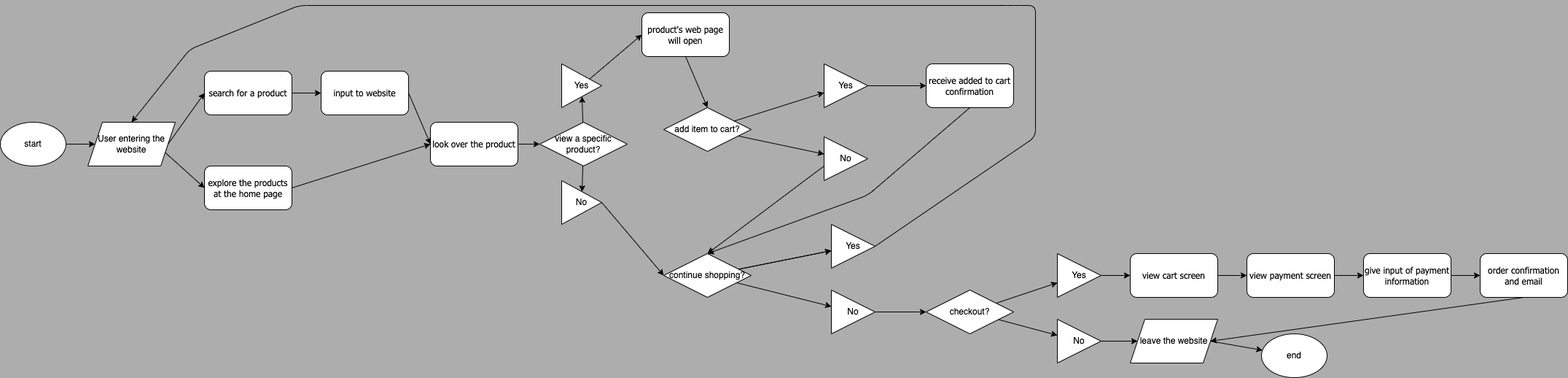
The draw.io diagram explore/diagramming/diagram.drawio.png in joyceweng/fa22-cse110-lab4, before a commit. Source tidied: cells renumbered, new cells last; positions are measured from the earlier drawing's top-left corner, leaving out a move shared by most shapes.
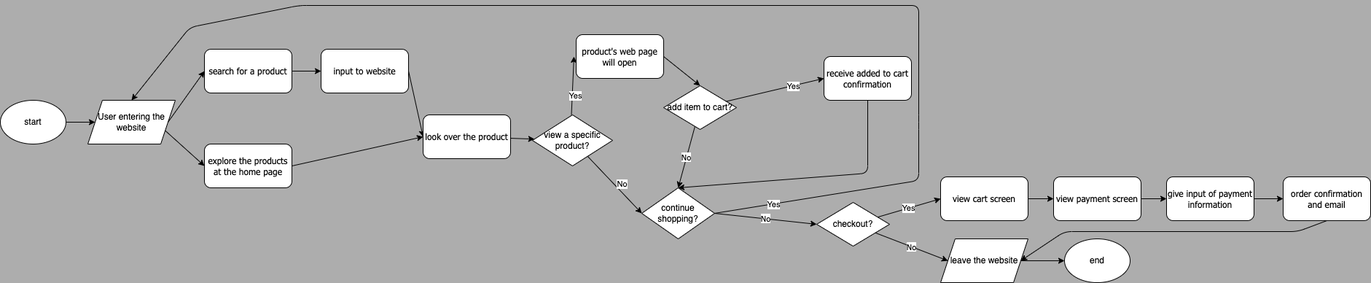
The same file after the commit.

Diff of the diagram source:
```diff
@@ -23,69 +23,60 @@
     <mxCell id="8" style="endArrow=classic;html=1;fontFamily=Tahoma;exitX=1;exitY=0.5;exitDx=0;exitDy=0;entryX=0;entryY=0.5;entryDx=0;entryDy=0;" parent="1" edge="1" source="4" target="7">
       <mxGeometry relative="1" as="geometry" />
     </mxCell>
-    <mxCell id="9" style="curved=1;endArrow=classic;html=1;fontFamily=Tahoma;exitX=1;exitY=0.5;exitDx=0;exitDy=0;" parent="1" edge="1" source="7">
-      <mxGeometry relative="1" as="geometry">
-        <mxPoint x="590" y="190" as="targetPoint" />
-      </mxGeometry>
+    <mxCell id="9" style="curved=1;endArrow=classic;html=1;fontFamily=Tahoma;exitX=1;exitY=0.5;exitDx=0;exitDy=0;entryX=0;entryY=0.5;entryDx=0;entryDy=0;" parent="1" edge="1" source="7" target="12">
+      <mxGeometry relative="1" as="geometry" />
     </mxCell>
-    <mxCell id="10" style="endArrow=classic;html=1;fontFamily=Tahoma;exitX=1;exitY=0.5;exitDx=0;exitDy=0;" parent="1" edge="1" source="5">
-      <mxGeometry relative="1" as="geometry">
-        <mxPoint x="590" y="190" as="targetPoint" />
-      </mxGeometry>
+    <mxCell id="10" style="endArrow=classic;html=1;fontFamily=Tahoma;exitX=1;exitY=0.5;exitDx=0;exitDy=0;entryX=0;entryY=0.5;entryDx=0;entryDy=0;" parent="1" edge="1" source="5" target="12">
+      <mxGeometry relative="1" as="geometry" />
     </mxCell>
     <mxCell id="11" style="edgeStyle=none;html=1;fontFamily=Tahoma;" parent="1" edge="1" source="12" target="15">
       <mxGeometry relative="1" as="geometry" />
     </mxCell>
     <mxCell id="12" value="look over the product" style="rounded=1;whiteSpace=wrap;html=1;fontFamily=Tahoma;" parent="1" vertex="1">
-      <mxGeometry x="590" y="160" width="120" height="60" as="geometry" />
+      <mxGeometry x="580" y="180" width="120" height="60" as="geometry" />
     </mxCell>
-    <mxCell id="13" style="edgeStyle=none;html=1;fontFamily=Tahoma;" parent="1" edge="1" source="15" target="18">
-      <mxGeometry relative="1" as="geometry" />
+    <mxCell id="13" style="edgeStyle=none;html=1;fontFamily=Tahoma;strokeColor=default;labelBackgroundColor=default;fontColor=default;" parent="1" edge="1">
+      <mxGeometry relative="1" as="geometry">
+        <mxPoint x="783.5" y="180" as="sourcePoint" />
+        <mxPoint x="787" y="100" as="targetPoint" />
+      </mxGeometry>
     </mxCell>
+    <mxCell id="59" value="Yes" style="edgeLabel;html=1;align=center;verticalAlign=middle;" parent="13" vertex="1">
+      <mxGeometry x="0.09" y="-3" relative="1" as="geometry">
+        <mxPoint y="16" as="offset" />
+      </mxGeometry>
+    </mxCell>
-    <mxCell id="14" style="edgeStyle=none;html=1;fontFamily=Tahoma;" parent="1" edge="1" source="15" target="20">
+    <mxCell id="14" style="edgeStyle=none;html=1;fontFamily=Tahoma;entryX=0;entryY=0.5;entryDx=0;entryDy=0;" parent="1" edge="1" source="15" target="24">
       <mxGeometry relative="1" as="geometry" />
     </mxCell>
+    <mxCell id="60" value="No" style="edgeLabel;html=1;align=center;verticalAlign=middle;fontColor=default;" parent="14" vertex="1">
+      <mxGeometry x="-0.02" y="1" relative="1" as="geometry">
+        <mxPoint x="10" as="offset" />
+      </mxGeometry>
+    </mxCell>
     <mxCell id="15" value="view a specific product?" style="rhombus;whiteSpace=wrap;html=1;" parent="1" vertex="1">
-      <mxGeometry x="740" y="160" width="120" height="60" as="geometry" />
+      <mxGeometry x="730" y="180" width="110" height="70" as="geometry" />
     </mxCell>
-    <mxCell id="16" style="edgeStyle=none;html=1;fontFamily=Tahoma;exitX=0.5;exitY=1;exitDx=0;exitDy=0;entryX=0.5;entryY=0;entryDx=0;entryDy=0;" parent="1" edge="1" source="34" target="28">
+    <mxCell id="16" style="edgeStyle=none;html=1;fontFamily=Tahoma;exitX=1;exitY=0.5;exitDx=0;exitDy=0;entryX=0.5;entryY=0;entryDx=0;entryDy=0;" parent="1" edge="1" source="34" target="28">
       <mxGeometry relative="1" as="geometry" />
     </mxCell>
-    <mxCell id="17" style="edgeStyle=none;html=1;fontFamily=Tahoma;entryX=0;entryY=0.5;entryDx=0;entryDy=0;" parent="1" edge="1" source="18" target="34">
-      <mxGeometry relative="1" as="geometry" />
-    </mxCell>
-    <mxCell id="18" value="Yes" style="triangle;whiteSpace=wrap;html=1;" parent="1" vertex="1">
-      <mxGeometry x="770" y="80" width="55" height="60" as="geometry" />
-    </mxCell>
-    <mxCell id="19" style="edgeStyle=none;html=1;exitX=1;exitY=0.5;exitDx=0;exitDy=0;fontFamily=Tahoma;entryX=0;entryY=0.5;entryDx=0;entryDy=0;" parent="1" edge="1" source="20" target="24">
-      <mxGeometry relative="1" as="geometry" />
-    </mxCell>
-    <mxCell id="20" value="No" style="triangle;whiteSpace=wrap;html=1;" parent="1" vertex="1">
-      <mxGeometry x="770" y="240" width="55" height="60" as="geometry" />
-    </mxCell>
-    <mxCell id="21" style="edgeStyle=none;html=1;fontFamily=Tahoma;" parent="1" edge="1" source="24" target="35">
-      <mxGeometry relative="1" as="geometry" />
-    </mxCell>
-    <mxCell id="22" style="edgeStyle=none;html=1;fontFamily=Tahoma;" parent="1" edge="1" source="24" target="35">
-      <mxGeometry relative="1" as="geometry" />
-    </mxCell>
-    <mxCell id="23" style="edgeStyle=none;html=1;fontFamily=Tahoma;exitX=1;exitY=0.75;exitDx=0;exitDy=0;" parent="1" edge="1" source="24" target="37">
+    <mxCell id="23" value="No" style="edgeStyle=none;html=1;fontFamily=Tahoma;exitX=1;exitY=0.5;exitDx=0;exitDy=0;entryX=0;entryY=0.5;entryDx=0;entryDy=0;" parent="1" edge="1" source="24" target="40">
       <mxGeometry relative="1" as="geometry" />
     </mxCell>
     <mxCell id="24" value="continue shopping?" style="rhombus;whiteSpace=wrap;html=1;" parent="1" vertex="1">
-      <mxGeometry x="910" y="340" width="120" height="60" as="geometry" />
+      <mxGeometry x="880" y="280" width="100" height="70" as="geometry" />
     </mxCell>
-    <mxCell id="25" style="edgeStyle=none;html=1;fontFamily=Tahoma;exitX=1;exitY=0.5;exitDx=0;exitDy=0;entryX=0;entryY=0.5;entryDx=0;entryDy=0;labelBackgroundColor=default;" parent="1" edge="1" source="31" target="30">
-      <mxGeometry relative="1" as="geometry" />
-    </mxCell>
-    <mxCell id="26" style="edgeStyle=none;html=1;fontFamily=Tahoma;" parent="1" edge="1" source="28" target="31">
+    <mxCell id="26" style="edgeStyle=none;html=1;fontFamily=Tahoma;entryX=0;entryY=0.5;entryDx=0;entryDy=0;" parent="1" edge="1" source="28" target="30">
       <mxGeometry relative="1" as="geometry" />
     </mxCell>
+    <mxCell id="61" value="Yes" style="edgeLabel;html=1;align=center;verticalAlign=middle;fontColor=default;" parent="26" vertex="1">
+      <mxGeometry x="0.36" y="-1" relative="1" as="geometry" />
+    </mxCell>
-    <mxCell id="27" style="edgeStyle=none;html=1;fontFamily=Tahoma;" parent="1" edge="1" source="28" target="33">
+    <mxCell id="27" value="No" style="edgeStyle=none;html=1;fontFamily=Tahoma;entryX=0.5;entryY=0;entryDx=0;entryDy=0;" parent="1" edge="1" source="28" target="24">
       <mxGeometry relative="1" as="geometry" />
     </mxCell>
     <mxCell id="28" value="add item to cart?" style="rhombus;whiteSpace=wrap;html=1;" parent="1" vertex="1">
-      <mxGeometry x="910" y="140" width="120" height="60" as="geometry" />
+      <mxGeometry x="910" y="140" width="100" height="60" as="geometry" />
     </mxCell>
     <mxCell id="29" style="edgeStyle=none;html=1;exitX=0.5;exitY=1;exitDx=0;exitDy=0;entryX=0.5;entryY=0;entryDx=0;entryDy=0;fontFamily=Tahoma;" parent="1" edge="1" source="30" target="24">
       <mxGeometry relative="1" as="geometry">
@@ -95,95 +86,74 @@
       </mxGeometry>
     </mxCell>
     <mxCell id="30" value="receive added to cart confirmation" style="whiteSpace=wrap;html=1;fontFamily=Tahoma;rounded=1;" parent="1" vertex="1">
-      <mxGeometry x="1270" y="80" width="120" height="60" as="geometry" />
+      <mxGeometry x="1130" y="100" width="120" height="60" as="geometry" />
     </mxCell>
-    <mxCell id="31" value="Yes" style="triangle;whiteSpace=wrap;html=1;" parent="1" vertex="1">
-      <mxGeometry x="1130" y="80" width="60" height="60" as="geometry" />
-    </mxCell>
-    <mxCell id="32" style="edgeStyle=none;html=1;fontFamily=Tahoma;entryX=0.5;entryY=0;entryDx=0;entryDy=0;" parent="1" edge="1" source="33" target="24">
-      <mxGeometry relative="1" as="geometry">
-        <Array as="points">
-          <mxPoint x="1130" y="220" />
-        </Array>
-      </mxGeometry>
-    </mxCell>
-    <mxCell id="33" value="No" style="triangle;whiteSpace=wrap;html=1;" parent="1" vertex="1">
-      <mxGeometry x="1130" y="180" width="60" height="60" as="geometry" />
-    </mxCell>
     <mxCell id="34" value="product's web page will open" style="whiteSpace=wrap;html=1;fontFamily=Tahoma;rounded=1;" parent="1" vertex="1">
-      <mxGeometry x="880" y="10" width="120" height="60" as="geometry" />
+      <mxGeometry x="790" y="70" width="120" height="60" as="geometry" />
     </mxCell>
-    <mxCell id="35" value="Yes" style="triangle;whiteSpace=wrap;html=1;" parent="1" vertex="1">
-      <mxGeometry x="1140" y="300" width="60" height="60" as="geometry" />
-    </mxCell>
-    <mxCell id="36" style="edgeStyle=none;html=1;fontFamily=Tahoma;" parent="1" edge="1" source="37" target="40">
-      <mxGeometry relative="1" as="geometry" />
-    </mxCell>
-    <mxCell id="37" value="No" style="triangle;whiteSpace=wrap;html=1;" parent="1" vertex="1">
-      <mxGeometry x="1140" y="390" width="60" height="60" as="geometry" />
-    </mxCell>
-    <mxCell id="38" style="edgeStyle=none;html=1;fontFamily=Tahoma;" parent="1" edge="1" source="40" target="42">
+    <mxCell id="38" style="edgeStyle=none;html=1;fontFamily=Tahoma;entryX=0;entryY=0.5;entryDx=0;entryDy=0;" parent="1" edge="1" source="40" target="48">
       <mxGeometry relative="1" as="geometry" />
     </mxCell>
+    <mxCell id="62" value="Yes" style="edgeLabel;html=1;align=center;verticalAlign=middle;fontColor=default;" parent="38" vertex="1">
+      <mxGeometry x="-0.01" relative="1" as="geometry" />
+    </mxCell>
-    <mxCell id="39" style="edgeStyle=none;html=1;fontFamily=Tahoma;" parent="1" edge="1" source="40" target="44">
+    <mxCell id="39" value="No" style="edgeStyle=none;html=1;fontFamily=Tahoma;entryX=0;entryY=0.5;entryDx=0;entryDy=0;" parent="1" edge="1" source="40" target="46">
       <mxGeometry relative="1" as="geometry" />
     </mxCell>
     <mxCell id="40" value="checkout?" style="rhombus;whiteSpace=wrap;html=1;" parent="1" vertex="1">
-      <mxGeometry x="1270" y="390" width="120" height="60" as="geometry" />
+      <mxGeometry x="1120" y="300" width="100" height="60" as="geometry" />
     </mxCell>
-    <mxCell id="41" style="edgeStyle=none;html=1;fontFamily=Tahoma;" parent="1" edge="1" source="42" target="48">
-      <mxGeometry relative="1" as="geometry" />
-    </mxCell>
-    <mxCell id="42" value="Yes" style="triangle;whiteSpace=wrap;html=1;" parent="1" vertex="1">
-      <mxGeometry x="1450" y="340" width="60" height="60" as="geometry" />
-    </mxCell>
-    <mxCell id="43" style="edgeStyle=none;html=1;fontFamily=Tahoma;" parent="1" edge="1" source="44" target="46">
-      <mxGeometry relative="1" as="geometry" />
-    </mxCell>
-    <mxCell id="44" value="No" style="triangle;whiteSpace=wrap;html=1;" parent="1" vertex="1">
-      <mxGeometry x="1450" y="430" width="60" height="60" as="geometry" />
-    </mxCell>
     <mxCell id="45" style="edgeStyle=none;html=1;exitX=1;exitY=0.5;exitDx=0;exitDy=0;" parent="1" edge="1" source="46" target="58">
       <mxGeometry relative="1" as="geometry" />
     </mxCell>
     <mxCell id="46" value="leave the website" style="shape=parallelogram;perimeter=parallelogramPerimeter;whiteSpace=wrap;html=1;fixedSize=1;" parent="1" vertex="1">
-      <mxGeometry x="1550" y="430" width="120" height="60" as="geometry" />
+      <mxGeometry x="1290" y="350" width="120" height="60" as="geometry" />
     </mxCell>
     <mxCell id="47" style="edgeStyle=none;html=1;fontFamily=Tahoma;" parent="1" edge="1" source="48" target="50">
       <mxGeometry relative="1" as="geometry" />
     </mxCell>
     <mxCell id="48" value="view cart screen" style="whiteSpace=wrap;html=1;fontFamily=Tahoma;rounded=1;" parent="1" vertex="1">
-      <mxGeometry x="1550" y="340" width="120" height="60" as="geometry" />
+      <mxGeometry x="1290" y="265" width="120" height="60" as="geometry" />
     </mxCell>
     <mxCell id="49" style="edgeStyle=none;html=1;fontFamily=Tahoma;" parent="1" edge="1" source="50" target="52">
       <mxGeometry relative="1" as="geometry" />
     </mxCell>
     <mxCell id="50" value="view payment screen" style="whiteSpace=wrap;html=1;fontFamily=Tahoma;rounded=1;" parent="1" vertex="1">
-      <mxGeometry x="1710" y="340" width="120" height="60" as="geometry" />
+      <mxGeometry x="1445" y="265" width="120" height="60" as="geometry" />
     </mxCell>
     <mxCell id="51" style="edgeStyle=none;html=1;fontFamily=Tahoma;" parent="1" edge="1" source="52" target="54">
       <mxGeometry relative="1" as="geometry" />
     </mxCell>
     <mxCell id="52" value="give input of payment information" style="whiteSpace=wrap;html=1;fontFamily=Tahoma;rounded=1;" parent="1" vertex="1">
-      <mxGeometry x="1870" y="340" width="120" height="60" as="geometry" />
+      <mxGeometry x="1600" y="265" width="120" height="60" as="geometry" />
     </mxCell>
     <mxCell id="53" style="edgeStyle=none;html=1;fontFamily=Tahoma;exitX=0.5;exitY=1;exitDx=0;exitDy=0;entryX=1;entryY=0.5;entryDx=0;entryDy=0;" parent="1" edge="1" source="54" target="46">
-      <mxGeometry relative="1" as="geometry" />
+      <mxGeometry relative="1" as="geometry">
+        <Array as="points">
+          <mxPoint x="1780" y="340" />
+          <mxPoint x="1460" y="340" />
+        </Array>
+      </mxGeometry>
     </mxCell>
     <mxCell id="54" value="order confirmation and email" style="whiteSpace=wrap;html=1;fontFamily=Tahoma;rounded=1;" parent="1" vertex="1">
-      <mxGeometry x="2030" y="340" width="120" height="60" as="geometry" />
+      <mxGeometry x="1760" y="265" width="120" height="60" as="geometry" />
     </mxCell>
-    <mxCell id="55" style="endArrow=classic;html=1;fontFamily=Tahoma;exitX=1;exitY=0.5;exitDx=0;exitDy=0;entryX=0.5;entryY=0;entryDx=0;entryDy=0;" parent="1" edge="1" source="35" target="2">
+    <mxCell id="55" style="endArrow=classic;html=1;fontFamily=Tahoma;exitX=1;exitY=0.5;exitDx=0;exitDy=0;entryX=0.5;entryY=0;entryDx=0;entryDy=0;" parent="1" edge="1" source="24" target="2">
       <mxGeometry relative="1" as="geometry">
         <Array as="points">
-          <mxPoint x="1420" y="180" />
-          <mxPoint x="1420" />
-          <mxPoint x="1390" />
-          <mxPoint x="410" />
+          <mxPoint x="1260" y="270" />
+          <mxPoint x="1260" y="190" />
+          <mxPoint x="1260" y="30" />
+          <mxPoint x="410" y="30" />
           <mxPoint x="260" y="60" />
         </Array>
       </mxGeometry>
     </mxCell>
+    <mxCell id="63" value="Yes" style="edgeLabel;html=1;align=center;verticalAlign=middle;fontColor=default;" parent="55" vertex="1">
+      <mxGeometry x="-0.9" y="1" relative="1" as="geometry">
+        <mxPoint y="1" as="offset" />
+      </mxGeometry>
+    </mxCell>
     <mxCell id="56" style="edgeStyle=none;html=1;" parent="1" edge="1" source="57" target="2">
       <mxGeometry relative="1" as="geometry" />
     </mxCell>
@@ -191,7 +161,7 @@
       <mxGeometry y="160" width="90" height="60" as="geometry" />
     </mxCell>
     <mxCell id="58" value="end" style="ellipse;whiteSpace=wrap;html=1;" parent="1" vertex="1">
-      <mxGeometry x="1730" y="450" width="90" height="60" as="geometry" />
+      <mxGeometry x="1460" y="350" width="90" height="60" as="geometry" />
     </mxCell>
   </root>
 </mxGraphModel>
```
